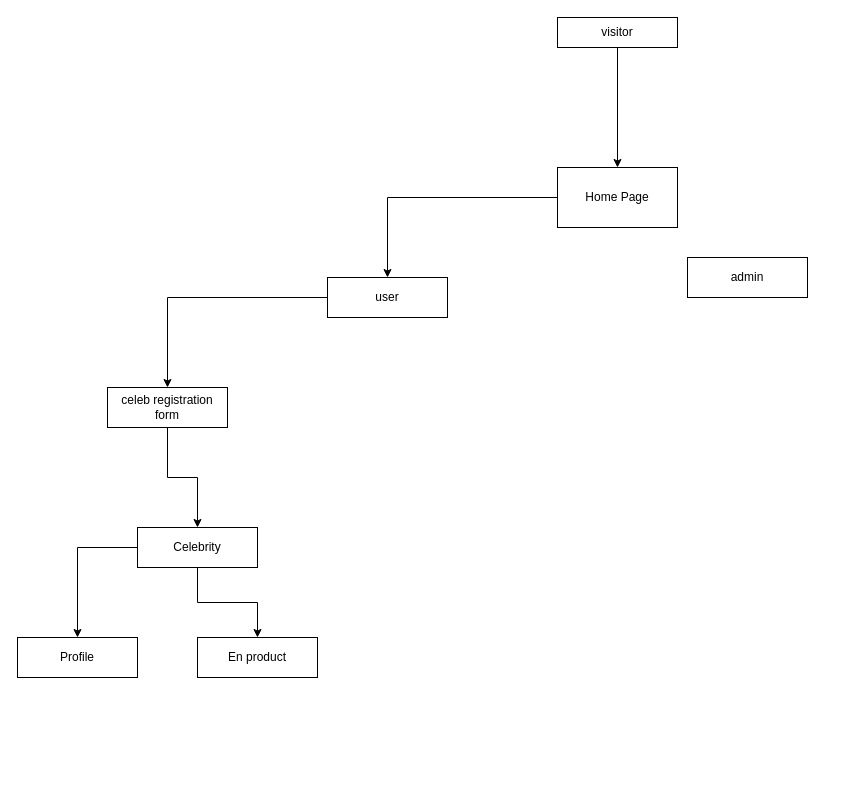
The draw.io diagram public/engalle.drawio in Engaller/engaller-core, before the edit. Source tidied: cells renumbered, new cells numbered last; positions are measured from the earlier drawing's top-left corner, leaving out a move shared by most shapes. Both pictures are drawn from the tidied source at 100%, with x=0, y=0 at pixel (17, 17).
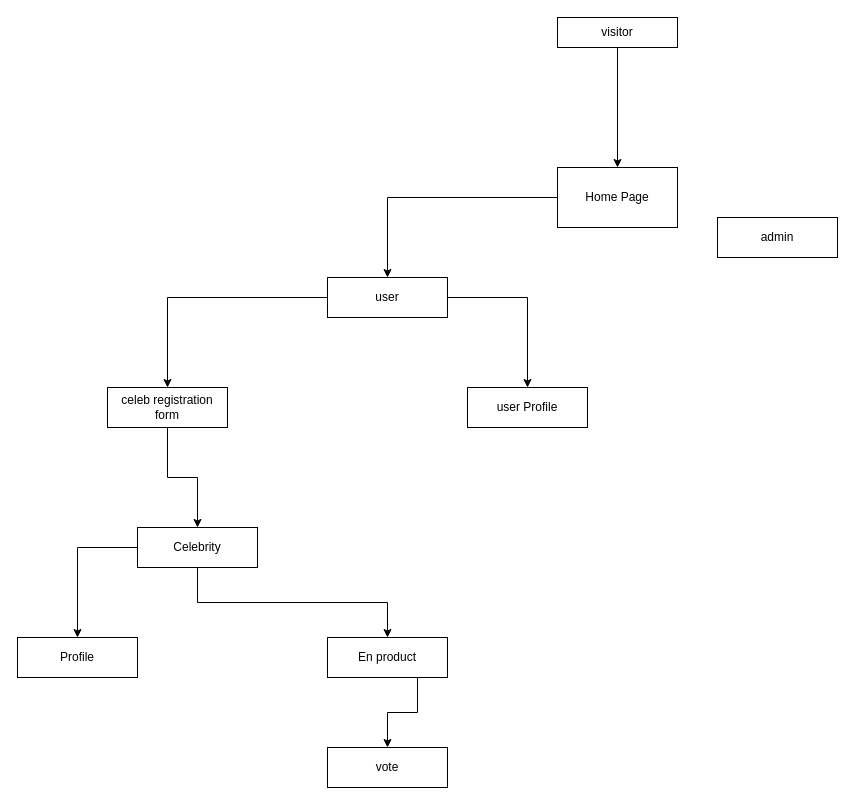
Above is the later version.

Diff of the diagram source:
```diff
@@
 <mxGraphModel>
   <root>
     <mxCell id="0" />
     <mxCell id="1" parent="0" />
     <mxCell id="2" style="edgeStyle=orthogonalEdgeStyle;rounded=0;jettySize=auto;html=1;exitX=0.5;exitY=1;exitDx=0;exitDy=0;entryX=0.5;entryY=0;entryDx=0;entryDy=0;" parent="1" edge="1" source="3" target="5">
       <mxGeometry relative="1" as="geometry" />
     </mxCell>
     <mxCell id="3" value="visitor" style="rounded=0;whiteSpace=wrap;html=1;" parent="1" vertex="1">
       <mxGeometry x="540" width="120" height="30" as="geometry" />
     </mxCell>
     <mxCell id="4" style="edgeStyle=orthogonalEdgeStyle;rounded=0;jettySize=auto;html=1;exitX=0;exitY=0.5;exitDx=0;exitDy=0;entryX=0.5;entryY=0;entryDx=0;entryDy=0;" parent="1" edge="1" source="5" target="7">
       <mxGeometry relative="1" as="geometry" />
     </mxCell>
     <mxCell id="5" value="Home Page" style="rounded=0;whiteSpace=wrap;html=1;" parent="1" vertex="1">
       <mxGeometry x="540" y="150" width="120" height="60" as="geometry" />
     </mxCell>
     <mxCell id="6" style="edgeStyle=orthogonalEdgeStyle;rounded=0;jettySize=auto;html=1;entryX=0.5;entryY=0;entryDx=0;entryDy=0;" parent="1" edge="1" source="7" target="14">
       <mxGeometry relative="1" as="geometry" />
     </mxCell>
+    <mxCell id="16" style="edgeStyle=orthogonalEdgeStyle;rounded=0;jettySize=auto;html=1;" parent="1" edge="1" source="7" target="18">
+      <mxGeometry relative="1" as="geometry" />
+    </mxCell>
     <mxCell id="7" value="user" style="rounded=0;whiteSpace=wrap;html=1;" parent="1" vertex="1">
       <mxGeometry x="310" y="260" width="120" height="40" as="geometry" />
     </mxCell>
     <mxCell id="8" style="edgeStyle=orthogonalEdgeStyle;rounded=0;jettySize=auto;html=1;exitX=0.5;exitY=1;exitDx=0;exitDy=0;" parent="1" edge="1" source="10" target="11">
       <mxGeometry relative="1" as="geometry" />
     </mxCell>
     <mxCell id="9" style="edgeStyle=orthogonalEdgeStyle;rounded=0;jettySize=auto;html=1;exitX=0;exitY=0.5;exitDx=0;exitDy=0;" parent="1" edge="1" source="10" target="15">
       <mxGeometry relative="1" as="geometry" />
     </mxCell>
     <mxCell id="10" value="Celebrity" style="rounded=0;whiteSpace=wrap;html=1;" parent="1" vertex="1">
       <mxGeometry x="120" y="510" width="120" height="40" as="geometry" />
     </mxCell>
+    <mxCell id="17" style="edgeStyle=orthogonalEdgeStyle;rounded=0;jettySize=auto;html=1;exitX=0.75;exitY=1;exitDx=0;exitDy=0;" parent="1" edge="1" source="11" target="19">
+      <mxGeometry relative="1" as="geometry" />
+    </mxCell>
     <mxCell id="11" value="En product" style="rounded=0;whiteSpace=wrap;html=1;" parent="1" vertex="1">
-      <mxGeometry x="180" y="620" width="120" height="40" as="geometry" />
+      <mxGeometry x="310" y="620" width="120" height="40" as="geometry" />
     </mxCell>
     <mxCell id="12" value="admin" style="rounded=0;whiteSpace=wrap;html=1;" parent="1" vertex="1">
-      <mxGeometry x="670" y="240" width="120" height="40" as="geometry" />
+      <mxGeometry x="700" y="200" width="120" height="40" as="geometry" />
     </mxCell>
     <mxCell id="13" style="edgeStyle=orthogonalEdgeStyle;rounded=0;jettySize=auto;html=1;exitX=0.5;exitY=1;exitDx=0;exitDy=0;" parent="1" edge="1" source="14" target="10">
       <mxGeometry relative="1" as="geometry" />
     </mxCell>
     <mxCell id="14" value="celeb registration form" style="rounded=0;whiteSpace=wrap;html=1;" parent="1" vertex="1">
       <mxGeometry x="90" y="370" width="120" height="40" as="geometry" />
     </mxCell>
     <mxCell id="15" value="Profile" style="rounded=0;whiteSpace=wrap;html=1;" parent="1" vertex="1">
       <mxGeometry y="620" width="120" height="40" as="geometry" />
     </mxCell>
+    <mxCell id="18" value="user Profile" style="rounded=0;whiteSpace=wrap;html=1;" parent="1" vertex="1">
+      <mxGeometry x="450" y="370" width="120" height="40" as="geometry" />
+    </mxCell>
+    <mxCell id="19" value="vote" style="rounded=0;whiteSpace=wrap;html=1;" parent="1" vertex="1">
+      <mxGeometry x="310" y="730" width="120" height="40" as="geometry" />
+    </mxCell>
   </root>
 </mxGraphModel>
```
